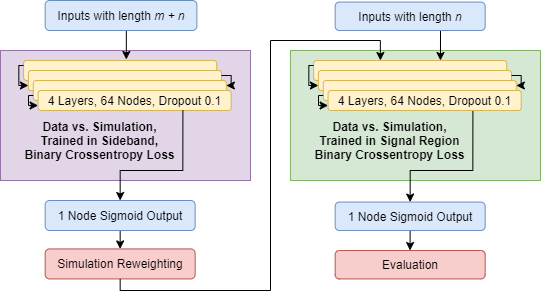
Earlier version of the draw.io export assets/img/aad/SALAD_arch.png (luclepot/luclepot.github.io). Source tidied: cells renumbered, new cells last; positions are measured from the earlier drawing's top-left corner, leaving out a move shared by most shapes. The source it was exported from:
```xml
<mxGraphModel>
  <root>
    <mxCell id="0" />
    <mxCell id="1" parent="0" />
    <mxCell id="2" value="Simulation Reweighting" style="rounded=1;whiteSpace=wrap;html=1;fillColor=#f8cecc;strokeColor=#b85450;" parent="1" vertex="1">
      <mxGeometry x="44.7" y="248.4" width="150" height="30" as="geometry" />
    </mxCell>
    <mxCell id="3" style="edgeStyle=orthogonalEdgeStyle;rounded=0;jettySize=auto;html=1;exitX=0.5;exitY=1;exitDx=0;exitDy=0;entryX=0.5;entryY=0;entryDx=0;entryDy=0;" parent="1" edge="1" source="4" target="2">
      <mxGeometry relative="1" as="geometry" />
    </mxCell>
    <mxCell id="4" value="1 Node Sigmoid Output" style="rounded=1;whiteSpace=wrap;html=1;fillColor=#dae8fc;strokeColor=#6c8ebf;" parent="1" vertex="1">
      <mxGeometry x="44.7" y="200" width="150" height="30" as="geometry" />
    </mxCell>
    <mxCell id="5" style="rounded=0;whiteSpace=wrap;html=1;glass=0;fillColor=#e1d5e7;strokeColor=#9673a6;" parent="1" vertex="1">
      <mxGeometry y="50" width="250" height="130" as="geometry" />
    </mxCell>
    <mxCell id="6" style="edgeStyle=orthogonalEdgeStyle;rounded=0;jettySize=auto;html=1;exitX=0.5;exitY=1;exitDx=0;exitDy=0;entryX=0.532;entryY=-0.05;entryDx=0;entryDy=0;entryPerimeter=0;" parent="1" edge="1" source="7" target="8">
      <mxGeometry relative="1" as="geometry" />
    </mxCell>
    <mxCell id="7" value="Inputs with length&amp;nbsp;&lt;i&gt;m + n&lt;/i&gt;" style="rounded=1;whiteSpace=wrap;html=1;fillColor=#dae8fc;strokeColor=#6c8ebf;" parent="1" vertex="1">
      <mxGeometry x="44.7" width="151.7" height="30" as="geometry" />
    </mxCell>
    <mxCell id="8" style="rounded=1;whiteSpace=wrap;html=1;fillColor=#fff2cc;strokeColor=#d6b656;" parent="1" vertex="1">
      <mxGeometry x="23.1" y="60" width="193.1" height="20" as="geometry" />
    </mxCell>
    <mxCell id="9" style="rounded=1;whiteSpace=wrap;html=1;fillColor=#fff2cc;strokeColor=#d6b656;" parent="1" vertex="1">
      <mxGeometry x="27.9" y="70" width="193.1" height="20" as="geometry" />
    </mxCell>
    <mxCell id="10" style="edgeStyle=orthogonalEdgeStyle;rounded=0;jettySize=auto;html=1;exitX=0;exitY=0.25;exitDx=0;exitDy=0;entryX=0;entryY=0.75;entryDx=0;entryDy=0;" parent="1" edge="1" source="8" target="9">
      <mxGeometry relative="1" as="geometry">
        <Array as="points">
          <mxPoint x="18.3" y="65" />
          <mxPoint x="18.3" y="85" />
        </Array>
      </mxGeometry>
    </mxCell>
    <mxCell id="11" style="rounded=1;whiteSpace=wrap;html=1;fillColor=#fff2cc;strokeColor=#d6b656;" parent="1" vertex="1">
      <mxGeometry x="32.8" y="80" width="193.1" height="20" as="geometry" />
    </mxCell>
    <mxCell id="12" style="edgeStyle=orthogonalEdgeStyle;rounded=0;jettySize=auto;html=1;exitX=1;exitY=0.25;exitDx=0;exitDy=0;entryX=1;entryY=0.25;entryDx=0;entryDy=0;" parent="1" edge="1" source="9" target="11">
      <mxGeometry relative="1" as="geometry">
        <Array as="points">
          <mxPoint x="230.7" y="75" />
          <mxPoint x="230.7" y="85" />
        </Array>
      </mxGeometry>
    </mxCell>
    <mxCell id="13" style="edgeStyle=orthogonalEdgeStyle;rounded=0;jettySize=auto;html=1;exitX=0;exitY=0.75;exitDx=0;exitDy=0;entryX=0;entryY=0.75;entryDx=0;entryDy=0;" parent="1" edge="1" source="11" target="15">
      <mxGeometry relative="1" as="geometry">
        <Array as="points">
          <mxPoint x="27.9" y="95" />
          <mxPoint x="27.9" y="105" />
        </Array>
      </mxGeometry>
    </mxCell>
    <mxCell id="14" value="&lt;b&gt;Data vs. Simulation, Trained in Sideband,&lt;br&gt;Binary Crossentropy Loss&lt;br&gt;&lt;/b&gt;" style="text;html=1;strokeColor=none;fillColor=none;align=center;verticalAlign=middle;whiteSpace=wrap;rounded=0;glass=0;rotation=0;" parent="1" vertex="1">
      <mxGeometry x="23.1" y="130" width="152.8" height="20" as="geometry" />
    </mxCell>
    <mxCell id="15" value="4 Layers, 64 Nodes, Dropout 0.1" style="rounded=1;whiteSpace=wrap;html=1;fillColor=#fff2cc;strokeColor=#d6b656;" parent="1" vertex="1">
      <mxGeometry x="37.6" y="90" width="193.1" height="20" as="geometry" />
    </mxCell>
    <mxCell id="16" style="edgeStyle=orthogonalEdgeStyle;rounded=0;jettySize=auto;html=1;exitX=0.75;exitY=1;exitDx=0;exitDy=0;entryX=0.5;entryY=0;entryDx=0;entryDy=0;" parent="1" edge="1" source="15" target="4">
      <mxGeometry relative="1" as="geometry">
        <Array as="points">
          <mxPoint x="182" y="170" />
          <mxPoint x="120" y="170" />
        </Array>
      </mxGeometry>
    </mxCell>
    <mxCell id="17" style="edgeStyle=orthogonalEdgeStyle;rounded=0;jettySize=auto;html=1;exitX=0.5;exitY=1;exitDx=0;exitDy=0;" parent="1" edge="1" source="23">
      <mxGeometry relative="1" as="geometry">
        <mxPoint x="409.5" y="250" as="targetPoint" />
      </mxGeometry>
    </mxCell>
    <mxCell id="18" value="Evaluation" style="rounded=1;whiteSpace=wrap;html=1;fillColor=#f8cecc;strokeColor=#b85450;" parent="1" vertex="1">
      <mxGeometry x="334.7" y="250" width="150" height="28.4" as="geometry" />
    </mxCell>
    <mxCell id="19" style="group;" parent="1" vertex="1">
      <mxGeometry x="290" y="1.6" width="250" height="228.4" as="geometry" />
    </mxCell>
    <mxCell id="20" style="rounded=0;whiteSpace=wrap;html=1;glass=0;fillColor=#d5e8d4;strokeColor=#82b366;" parent="19" vertex="1">
      <mxGeometry y="48.4" width="250" height="130" as="geometry" />
    </mxCell>
    <mxCell id="21" style="edgeStyle=orthogonalEdgeStyle;rounded=0;jettySize=auto;html=1;exitX=0.75;exitY=1;exitDx=0;exitDy=0;entryX=0.657;entryY=0;entryDx=0;entryDy=0;entryPerimeter=0;" parent="19" edge="1" source="22" target="24">
      <mxGeometry relative="1" as="geometry" />
    </mxCell>
    <mxCell id="22" value="Inputs with length&amp;nbsp;&lt;i&gt;n&lt;/i&gt;" style="rounded=1;whiteSpace=wrap;html=1;fillColor=#dae8fc;strokeColor=#6c8ebf;" parent="19" vertex="1">
      <mxGeometry x="44.7" width="150" height="28.4" as="geometry" />
    </mxCell>
    <mxCell id="23" value="1 Node Sigmoid Output" style="rounded=1;whiteSpace=wrap;html=1;fillColor=#dae8fc;strokeColor=#6c8ebf;" parent="19" vertex="1">
      <mxGeometry x="44.7" y="200" width="150" height="28.4" as="geometry" />
    </mxCell>
    <mxCell id="24" style="rounded=1;whiteSpace=wrap;html=1;fillColor=#fff2cc;strokeColor=#d6b656;" parent="19" vertex="1">
      <mxGeometry x="23.1" y="58.4" width="193.1" height="20" as="geometry" />
    </mxCell>
    <mxCell id="25" style="rounded=1;whiteSpace=wrap;html=1;fillColor=#fff2cc;strokeColor=#d6b656;" parent="19" vertex="1">
      <mxGeometry x="27.9" y="68.4" width="193.1" height="20" as="geometry" />
    </mxCell>
    <mxCell id="26" style="edgeStyle=orthogonalEdgeStyle;rounded=0;jettySize=auto;html=1;exitX=0;exitY=0.25;exitDx=0;exitDy=0;entryX=0;entryY=0.75;entryDx=0;entryDy=0;" parent="19" edge="1" source="24" target="25">
      <mxGeometry relative="1" as="geometry">
        <Array as="points">
          <mxPoint x="18.3" y="63.4" />
          <mxPoint x="18.3" y="83.4" />
        </Array>
      </mxGeometry>
    </mxCell>
    <mxCell id="27" style="rounded=1;whiteSpace=wrap;html=1;fillColor=#fff2cc;strokeColor=#d6b656;" parent="19" vertex="1">
      <mxGeometry x="32.8" y="78.4" width="193.1" height="20" as="geometry" />
    </mxCell>
    <mxCell id="28" style="edgeStyle=orthogonalEdgeStyle;rounded=0;jettySize=auto;html=1;exitX=1;exitY=0.25;exitDx=0;exitDy=0;entryX=1;entryY=0.25;entryDx=0;entryDy=0;" parent="19" edge="1" source="25" target="27">
      <mxGeometry relative="1" as="geometry">
        <Array as="points">
          <mxPoint x="230.7" y="73.4" />
          <mxPoint x="230.7" y="83.4" />
        </Array>
      </mxGeometry>
    </mxCell>
    <mxCell id="29" style="edgeStyle=orthogonalEdgeStyle;rounded=0;jettySize=auto;html=1;exitX=0;exitY=0.75;exitDx=0;exitDy=0;entryX=0;entryY=0.75;entryDx=0;entryDy=0;" parent="19" edge="1" source="27" target="32">
      <mxGeometry relative="1" as="geometry">
        <Array as="points">
          <mxPoint x="27.9" y="93.4" />
          <mxPoint x="27.9" y="103.4" />
        </Array>
      </mxGeometry>
    </mxCell>
    <mxCell id="30" value="&lt;b&gt;Data vs. Simulation, Trained in Signal Region&lt;br&gt;Binary Crossentropy Loss&lt;br&gt;&lt;/b&gt;" style="text;html=1;strokeColor=none;fillColor=none;align=center;verticalAlign=middle;whiteSpace=wrap;rounded=0;glass=0;rotation=0;" parent="19" vertex="1">
      <mxGeometry x="23.1" y="128.4" width="152.8" height="20" as="geometry" />
    </mxCell>
    <mxCell id="31" style="edgeStyle=orthogonalEdgeStyle;rounded=0;jettySize=auto;html=1;exitX=0.75;exitY=1;exitDx=0;exitDy=0;entryX=0.5;entryY=0;entryDx=0;entryDy=0;" parent="19" edge="1" source="32" target="23">
      <mxGeometry relative="1" as="geometry">
        <Array as="points">
          <mxPoint x="182" y="168.4" />
          <mxPoint x="120" y="168.4" />
        </Array>
      </mxGeometry>
    </mxCell>
    <mxCell id="32" value="4 Layers, 64 Nodes, Dropout 0.1" style="rounded=1;whiteSpace=wrap;html=1;fillColor=#fff2cc;strokeColor=#d6b656;" parent="19" vertex="1">
      <mxGeometry x="37.6" y="88.4" width="193.1" height="20" as="geometry" />
    </mxCell>
    <mxCell id="33" style="edgeStyle=orthogonalEdgeStyle;rounded=0;jettySize=auto;html=1;exitX=0.5;exitY=1;exitDx=0;exitDy=0;entryX=0.346;entryY=0;entryDx=0;entryDy=0;entryPerimeter=0;" parent="1" edge="1" source="2" target="24">
      <mxGeometry relative="1" as="geometry">
        <Array as="points">
          <mxPoint x="120" y="290" />
          <mxPoint x="270" y="290" />
          <mxPoint x="270" y="40" />
          <mxPoint x="380" y="40" />
        </Array>
      </mxGeometry>
    </mxCell>
  </root>
</mxGraphModel>
```
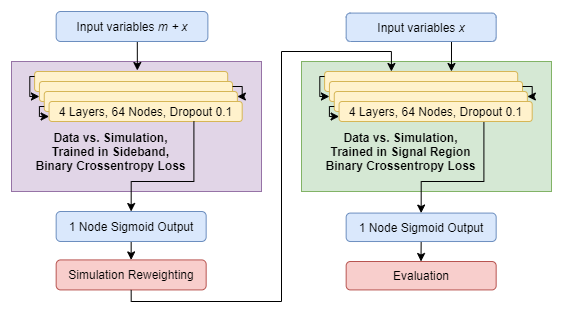
Later version of the same file.

The edit, as a diff of the source:
```diff
@@ -17,7 +17,7 @@
     <mxCell id="6" style="edgeStyle=orthogonalEdgeStyle;rounded=0;jettySize=auto;html=1;exitX=0.5;exitY=1;exitDx=0;exitDy=0;entryX=0.532;entryY=-0.05;entryDx=0;entryDy=0;entryPerimeter=0;" parent="1" edge="1" source="7" target="8">
       <mxGeometry relative="1" as="geometry" />
     </mxCell>
-    <mxCell id="7" value="Inputs with length&amp;nbsp;&lt;i&gt;m + n&lt;/i&gt;" style="rounded=1;whiteSpace=wrap;html=1;fillColor=#dae8fc;strokeColor=#6c8ebf;" parent="1" vertex="1">
+    <mxCell id="7" value="Input variables&amp;nbsp;&lt;i&gt;m + x&lt;/i&gt;" style="rounded=1;whiteSpace=wrap;html=1;fillColor=#dae8fc;strokeColor=#6c8ebf;" parent="1" vertex="1">
       <mxGeometry x="44.7" width="151.7" height="30" as="geometry" />
     </mxCell>
     <mxCell id="8" style="rounded=1;whiteSpace=wrap;html=1;fillColor=#fff2cc;strokeColor=#d6b656;" parent="1" vertex="1">
@@ -84,7 +84,7 @@
     <mxCell id="21" style="edgeStyle=orthogonalEdgeStyle;rounded=0;jettySize=auto;html=1;exitX=0.75;exitY=1;exitDx=0;exitDy=0;entryX=0.657;entryY=0;entryDx=0;entryDy=0;entryPerimeter=0;" parent="19" edge="1" source="22" target="24">
       <mxGeometry relative="1" as="geometry" />
     </mxCell>
-    <mxCell id="22" value="Inputs with length&amp;nbsp;&lt;i&gt;n&lt;/i&gt;" style="rounded=1;whiteSpace=wrap;html=1;fillColor=#dae8fc;strokeColor=#6c8ebf;" parent="19" vertex="1">
+    <mxCell id="22" value="Input variables &lt;i&gt;x&lt;/i&gt;" style="rounded=1;whiteSpace=wrap;html=1;fillColor=#dae8fc;strokeColor=#6c8ebf;" parent="19" vertex="1">
       <mxGeometry x="44.7" width="150" height="28.4" as="geometry" />
     </mxCell>
     <mxCell id="23" value="1 Node Sigmoid Output" style="rounded=1;whiteSpace=wrap;html=1;fillColor=#dae8fc;strokeColor=#6c8ebf;" parent="19" vertex="1">
```
